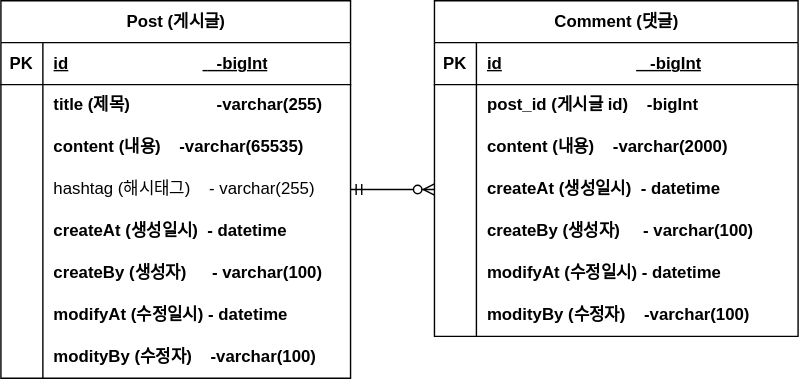
MHLEE12/mh-project keeps this draw.io diagram as document/mh-project-erd.svg. Above is the earlier version. Source tidied: cells renumbered, new cells last; positions are measured from the earlier drawing's top-left corner, leaving out a move shared by most shapes.
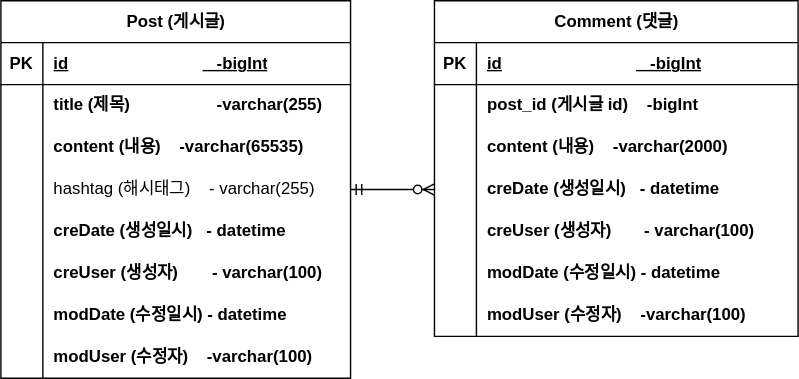
Later version of the same file.

Change to the diagram source:
```diff
@@ -47,7 +47,7 @@
     <mxCell id="16" style="shape=partialRectangle;fillColor=none;top=0;left=0;bottom=0;right=0;overflow=hidden;whiteSpace=wrap;html=1;" parent="15" vertex="1">
       <mxGeometry width="30" height="30" as="geometry" />
     </mxCell>
-    <mxCell id="17" value="createAt (생성일시)&amp;nbsp; - datetime" style="shape=partialRectangle;fillColor=none;top=0;left=0;bottom=0;right=0;align=left;spacingLeft=6;overflow=hidden;whiteSpace=wrap;html=1;fontStyle=1;" parent="15" vertex="1">
+    <mxCell id="17" value="creDate (생성일시)&amp;nbsp; &amp;nbsp;- datetime" style="shape=partialRectangle;fillColor=none;top=0;left=0;bottom=0;right=0;align=left;spacingLeft=6;overflow=hidden;whiteSpace=wrap;html=1;fontStyle=1;" parent="15" vertex="1">
       <mxGeometry x="30" width="220" height="30" as="geometry" />
     </mxCell>
     <mxCell id="18" style="shape=tableRow;horizontal=0;startSize=0;swimlaneHead=0;swimlaneBody=0;fillColor=none;top=0;left=0;right=0;bottom=0;" parent="2" vertex="1">
@@ -56,7 +56,7 @@
     <mxCell id="19" style="shape=partialRectangle;fillColor=none;top=0;left=0;bottom=0;right=0;overflow=hidden;whiteSpace=wrap;html=1;" parent="18" vertex="1">
       <mxGeometry width="30" height="30" as="geometry" />
     </mxCell>
-    <mxCell id="20" value="createBy (생성자)&lt;span style=&quot;white-space: pre;&quot;&gt;&#9;&lt;/span&gt;&amp;nbsp;&amp;nbsp;- varchar(100)" style="shape=partialRectangle;fillColor=none;top=0;left=0;bottom=0;right=0;align=left;spacingLeft=6;overflow=hidden;whiteSpace=wrap;html=1;fontStyle=1;" parent="18" vertex="1">
+    <mxCell id="20" value="creUser (생성자)&lt;span style=&quot;white-space: pre;&quot;&gt;&#9;&lt;/span&gt;&amp;nbsp;&amp;nbsp;- varchar(100)" style="shape=partialRectangle;fillColor=none;top=0;left=0;bottom=0;right=0;align=left;spacingLeft=6;overflow=hidden;whiteSpace=wrap;html=1;fontStyle=1;" parent="18" vertex="1">
       <mxGeometry x="30" width="220" height="30" as="geometry" />
     </mxCell>
     <mxCell id="21" style="shape=tableRow;horizontal=0;startSize=0;swimlaneHead=0;swimlaneBody=0;fillColor=none;top=0;left=0;right=0;bottom=0;" parent="2" vertex="1">
@@ -65,7 +65,7 @@
     <mxCell id="22" style="shape=partialRectangle;fillColor=none;top=0;left=0;bottom=0;right=0;overflow=hidden;whiteSpace=wrap;html=1;" parent="21" vertex="1">
       <mxGeometry width="30" height="30" as="geometry" />
     </mxCell>
-    <mxCell id="23" value="modifyAt (수정일시) - datetime" style="shape=partialRectangle;fillColor=none;top=0;left=0;bottom=0;right=0;align=left;spacingLeft=6;overflow=hidden;whiteSpace=wrap;html=1;fontStyle=1;" parent="21" vertex="1">
+    <mxCell id="23" value="modDate (수정일시) - datetime" style="shape=partialRectangle;fillColor=none;top=0;left=0;bottom=0;right=0;align=left;spacingLeft=6;overflow=hidden;whiteSpace=wrap;html=1;fontStyle=1;" parent="21" vertex="1">
       <mxGeometry x="30" width="220" height="30" as="geometry" />
     </mxCell>
     <mxCell id="24" style="shape=tableRow;horizontal=0;startSize=0;swimlaneHead=0;swimlaneBody=0;fillColor=none;top=0;left=0;right=0;bottom=0;" parent="2" vertex="1">
@@ -74,7 +74,7 @@
     <mxCell id="25" style="shape=partialRectangle;fillColor=none;top=0;left=0;bottom=0;right=0;overflow=hidden;whiteSpace=wrap;html=1;" parent="24" vertex="1">
       <mxGeometry width="30" height="30" as="geometry" />
     </mxCell>
-    <mxCell id="26" value="modityBy (수정자)&amp;nbsp; &amp;nbsp; -varchar(100)" style="shape=partialRectangle;fillColor=none;top=0;left=0;bottom=0;right=0;align=left;spacingLeft=6;overflow=hidden;whiteSpace=wrap;html=1;fontStyle=1;" parent="24" vertex="1">
+    <mxCell id="26" value="modUser (수정자)&amp;nbsp; &amp;nbsp; -varchar(100)" style="shape=partialRectangle;fillColor=none;top=0;left=0;bottom=0;right=0;align=left;spacingLeft=6;overflow=hidden;whiteSpace=wrap;html=1;fontStyle=1;" parent="24" vertex="1">
       <mxGeometry x="30" width="220" height="30" as="geometry" />
     </mxCell>
     <mxCell id="27" value="Comment (댓글)" style="shape=table;startSize=30;rowLines=0;fontStyle=1;align=center;html=1;" parent="1" vertex="1">
@@ -113,7 +113,7 @@
     <mxCell id="38" style="shape=partialRectangle;fillColor=none;top=0;left=0;bottom=0;right=0;overflow=hidden;whiteSpace=wrap;html=1;" parent="37" vertex="1">
       <mxGeometry width="30" height="30" as="geometry" />
     </mxCell>
-    <mxCell id="39" value="createAt (생성일시)&amp;nbsp; - datetime" style="shape=partialRectangle;fillColor=none;top=0;left=0;bottom=0;right=0;align=left;spacingLeft=6;overflow=hidden;whiteSpace=wrap;html=1;fontStyle=1;" parent="37" vertex="1">
+    <mxCell id="39" value="creDate (생성일시)&amp;nbsp; &amp;nbsp;- datetime" style="shape=partialRectangle;fillColor=none;top=0;left=0;bottom=0;right=0;align=left;spacingLeft=6;overflow=hidden;whiteSpace=wrap;html=1;fontStyle=1;" parent="37" vertex="1">
       <mxGeometry x="30" width="230" height="30" as="geometry" />
     </mxCell>
     <mxCell id="40" style="shape=tableRow;horizontal=0;startSize=0;swimlaneHead=0;swimlaneBody=0;fillColor=none;top=0;left=0;right=0;bottom=0;" parent="27" vertex="1">
@@ -122,7 +122,7 @@
     <mxCell id="41" style="shape=partialRectangle;fillColor=none;top=0;left=0;bottom=0;right=0;overflow=hidden;whiteSpace=wrap;html=1;" parent="40" vertex="1">
       <mxGeometry width="30" height="30" as="geometry" />
     </mxCell>
-    <mxCell id="42" value="createBy (생성자)&amp;nbsp; &amp;nbsp; &amp;nbsp;- varchar(100)" style="shape=partialRectangle;fillColor=none;top=0;left=0;bottom=0;right=0;align=left;spacingLeft=6;overflow=hidden;whiteSpace=wrap;html=1;fontStyle=1;" parent="40" vertex="1">
+    <mxCell id="42" value="creUser (생성자)&amp;nbsp; &amp;nbsp; &amp;nbsp; &amp;nbsp;- varchar(100)" style="shape=partialRectangle;fillColor=none;top=0;left=0;bottom=0;right=0;align=left;spacingLeft=6;overflow=hidden;whiteSpace=wrap;html=1;fontStyle=1;" parent="40" vertex="1">
       <mxGeometry x="30" width="230" height="30" as="geometry" />
     </mxCell>
     <mxCell id="43" style="shape=tableRow;horizontal=0;startSize=0;swimlaneHead=0;swimlaneBody=0;fillColor=none;top=0;left=0;right=0;bottom=0;" parent="27" vertex="1">
@@ -131,7 +131,7 @@
     <mxCell id="44" style="shape=partialRectangle;fillColor=none;top=0;left=0;bottom=0;right=0;overflow=hidden;whiteSpace=wrap;html=1;" parent="43" vertex="1">
       <mxGeometry width="30" height="30" as="geometry" />
     </mxCell>
-    <mxCell id="45" value="modifyAt (수정일시)&amp;nbsp;- datetime" style="shape=partialRectangle;fillColor=none;top=0;left=0;bottom=0;right=0;align=left;spacingLeft=6;overflow=hidden;whiteSpace=wrap;html=1;fontStyle=1;" parent="43" vertex="1">
+    <mxCell id="45" value="modDate (수정일시) - datetime" style="shape=partialRectangle;fillColor=none;top=0;left=0;bottom=0;right=0;align=left;spacingLeft=6;overflow=hidden;whiteSpace=wrap;html=1;fontStyle=1;" parent="43" vertex="1">
       <mxGeometry x="30" width="230" height="30" as="geometry" />
     </mxCell>
     <mxCell id="46" style="shape=tableRow;horizontal=0;startSize=0;swimlaneHead=0;swimlaneBody=0;fillColor=none;top=0;left=0;right=0;bottom=0;" parent="27" vertex="1">
@@ -140,7 +140,7 @@
     <mxCell id="47" style="shape=partialRectangle;fillColor=none;top=0;left=0;bottom=0;right=0;overflow=hidden;whiteSpace=wrap;html=1;" parent="46" vertex="1">
       <mxGeometry width="30" height="30" as="geometry" />
     </mxCell>
-    <mxCell id="48" value="modityBy (수정자)&amp;nbsp; &amp;nbsp; -varchar(100)" style="shape=partialRectangle;fillColor=none;top=0;left=0;bottom=0;right=0;align=left;spacingLeft=6;overflow=hidden;whiteSpace=wrap;html=1;fontStyle=1;" parent="46" vertex="1">
+    <mxCell id="48" value="modUser (수정자)&amp;nbsp; &amp;nbsp; -varchar(100)" style="shape=partialRectangle;fillColor=none;top=0;left=0;bottom=0;right=0;align=left;spacingLeft=6;overflow=hidden;whiteSpace=wrap;html=1;fontStyle=1;" parent="46" vertex="1">
       <mxGeometry x="30" width="230" height="30" as="geometry" />
     </mxCell>
     <mxCell id="49" style="edgeStyle=entityRelationEdgeStyle;fontSize=12;html=1;endArrow=ERzeroToMany;startArrow=ERmandOne;rounded=0;exitX=1;exitY=0.5;exitDx=0;exitDy=0;entryX=0;entryY=0.5;entryDx=0;entryDy=0;" parent="1" edge="1" source="12" target="37">
```
